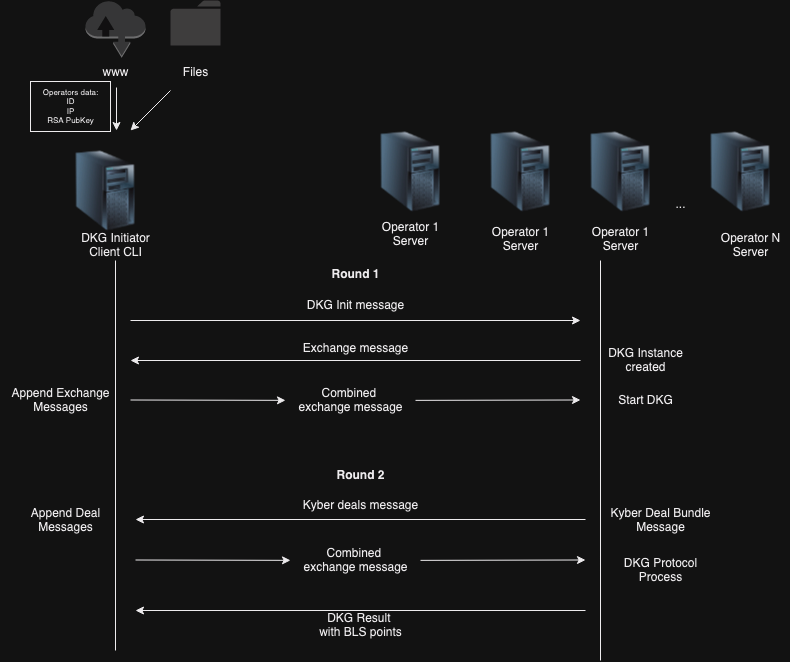
ssvlabs/ssv-dkg keeps this draw.io diagram as imgs/DKGinit.drawio.png. Above is the earlier version. Source tidied: cells renumbered, new cells last; positions are measured from the earlier drawing's top-left corner, leaving out a move shared by most shapes.
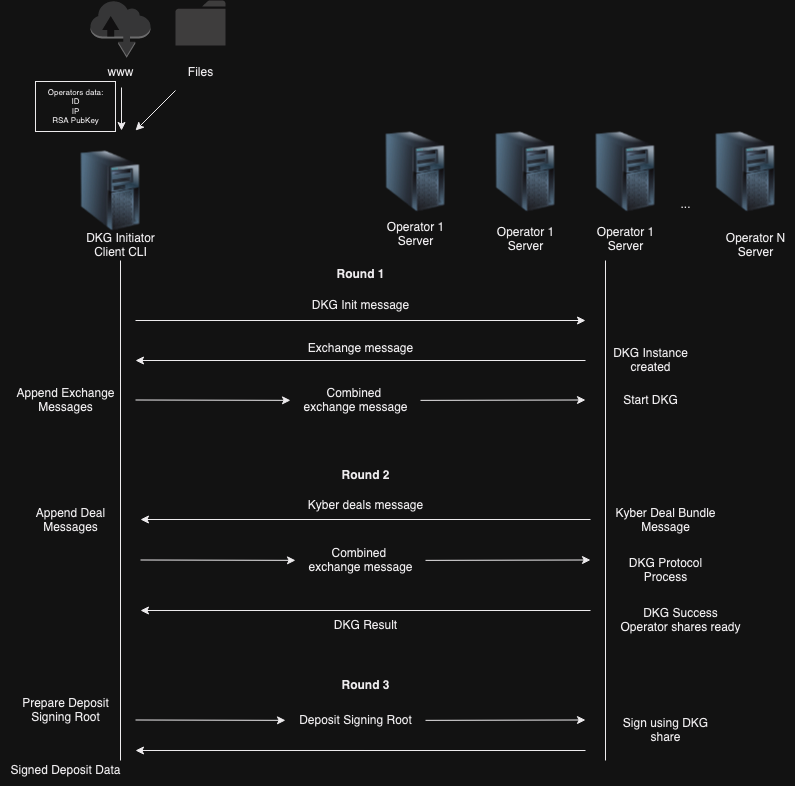
Later version of the same file.

Change to the diagram source:
```diff
@@ -34,13 +34,13 @@
     </mxCell>
     <mxCell id="11" style="endArrow=none;html=1;rounded=0;" parent="1" edge="1">
       <mxGeometry relative="1" as="geometry">
-        <mxPoint x="115" y="650" as="sourcePoint" />
+        <mxPoint x="115" y="760" as="sourcePoint" />
         <mxPoint x="115" y="260" as="targetPoint" />
       </mxGeometry>
     </mxCell>
     <mxCell id="12" style="endArrow=none;html=1;rounded=0;" parent="1" edge="1">
       <mxGeometry relative="1" as="geometry">
-        <mxPoint x="600" y="660" as="sourcePoint" />
+        <mxPoint x="600" y="760" as="sourcePoint" />
         <mxPoint x="600" y="260" as="targetPoint" />
       </mxGeometry>
     </mxCell>
@@ -156,8 +156,42 @@
         <mxPoint x="135" y="610" as="targetPoint" />
       </mxGeometry>
     </mxCell>
-    <mxCell id="43" value="&lt;div&gt;DKG Result&amp;nbsp;&lt;/div&gt;&lt;div&gt;with BLS points &lt;/div&gt;" style="text;html=1;align=center;verticalAlign=middle;strokeColor=none;fillColor=none;" parent="1" vertex="1">
-      <mxGeometry x="305" y="605" width="110" height="40" as="geometry" />
+    <mxCell id="43" value="&lt;div&gt;DKG Result &lt;br&gt;&lt;/div&gt;" style="text;html=1;align=center;verticalAlign=middle;strokeColor=none;fillColor=none;" parent="1" vertex="1">
+      <mxGeometry x="315" y="610" width="90" height="30" as="geometry" />
     </mxCell>
+    <mxCell id="44" value="&lt;div&gt;Round 3&lt;br&gt;&lt;/div&gt;" style="text;html=1;align=center;verticalAlign=middle;strokeColor=none;fillColor=none;fontStyle=1;" parent="1" vertex="1">
+      <mxGeometry x="325" y="670" width="70" height="30" as="geometry" />
+    </mxCell>
+    <mxCell id="45" value="&lt;div&gt;DKG Success&lt;/div&gt;&lt;div&gt;Operator shares ready&lt;br&gt; &lt;/div&gt;" style="text;html=1;align=center;verticalAlign=middle;strokeColor=none;fillColor=none;" parent="1" vertex="1">
+      <mxGeometry x="605" y="600" width="140" height="40" as="geometry" />
+    </mxCell>
+    <mxCell id="46" value="&lt;div&gt;Prepare Deposit&lt;/div&gt;&lt;div&gt;Signing Root&lt;br&gt;&lt;/div&gt;" style="text;html=1;align=center;verticalAlign=middle;strokeColor=none;fillColor=none;" parent="1" vertex="1">
+      <mxGeometry x="5" y="690" width="110" height="40" as="geometry" />
+    </mxCell>
+    <mxCell id="47" style="endArrow=classic;html=1;rounded=0;" parent="1" edge="1" source="49">
+      <mxGeometry relative="1" as="geometry">
+        <mxPoint x="580" y="719.5" as="targetPoint" />
+      </mxGeometry>
+    </mxCell>
+    <mxCell id="48" style="endArrow=classic;html=1;rounded=0;" parent="1" edge="1" target="49">
+      <mxGeometry relative="1" as="geometry">
+        <mxPoint x="130" y="719.5" as="sourcePoint" />
+      </mxGeometry>
+    </mxCell>
+    <mxCell id="49" value="Deposit Signing Root" style="text;html=1;align=center;verticalAlign=middle;points=[];strokeColor=none;fillColor=none;" parent="1" vertex="1">
+      <mxGeometry x="280" y="705" width="140" height="30" as="geometry" />
+    </mxCell>
+    <mxCell id="50" value="&lt;div&gt;Sign using DKG&lt;/div&gt;&lt;div&gt;share&lt;br&gt;&lt;/div&gt;" style="text;html=1;align=center;verticalAlign=middle;strokeColor=none;fillColor=none;" parent="1" vertex="1">
+      <mxGeometry x="605" y="710" width="110" height="40" as="geometry" />
+    </mxCell>
+    <mxCell id="51" style="edgeStyle=none;orthogonalLoop=1;jettySize=auto;html=1;rounded=0;" parent="1" edge="1">
+      <mxGeometry relative="1" as="geometry">
+        <mxPoint x="580" y="750" as="sourcePoint" />
+        <mxPoint x="130" y="750" as="targetPoint" />
+      </mxGeometry>
+    </mxCell>
+    <mxCell id="52" value="Signed Deposit Data" style="text;html=1;align=center;verticalAlign=middle;strokeColor=none;fillColor=none;" parent="1" vertex="1">
+      <mxGeometry x="-5" y="755" width="130" height="30" as="geometry" />
+    </mxCell>
   </root>
 </mxGraphModel>
```
